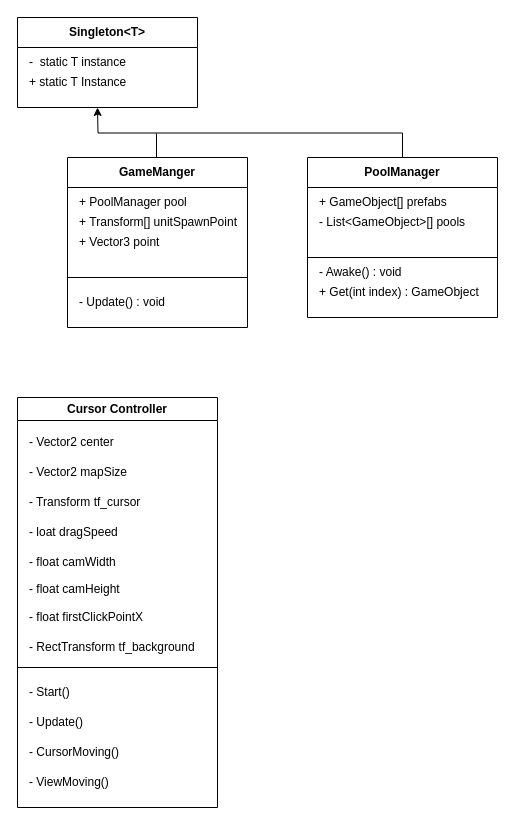
The draw.io diagram page "Managers" (3 of 3) of Project_CSD.drawio in YJU-Capstone-Design/Capstone-Design, before the edit. Source tidied: cells renumbered, new cells numbered last; positions are measured from the earlier drawing's top-left corner, leaving out a move shared by most shapes. Both pictures are drawn from the tidied source at 100%, with x=0, y=0 at pixel (17, 17).
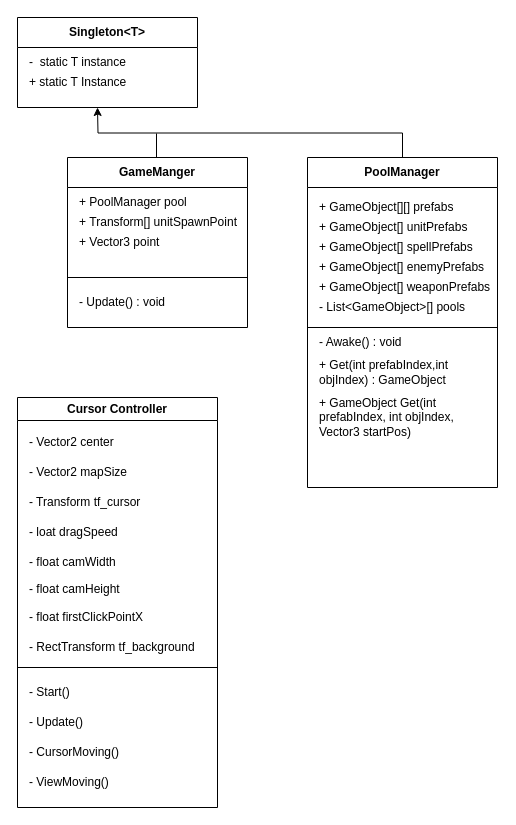
Above is the later version.

The edit, as a diff of the source:
```diff
@@
     <mxCell id="12" value="PoolManager" style="swimlane;whiteSpace=wrap;html=1;startSize=30;" parent="1" vertex="1">
-      <mxGeometry x="290" y="140" width="190" height="160" as="geometry" />
+      <mxGeometry x="290" y="140" width="190" height="330" as="geometry" />
     </mxCell>
-    <mxCell id="13" value="+&amp;nbsp;GameObject[] prefabs" style="text;html=1;align=left;verticalAlign=middle;whiteSpace=wrap;rounded=0;" parent="12" vertex="1">
-      <mxGeometry x="10" y="30" width="160" height="30" as="geometry" />
+    <mxCell id="13" value="+&amp;nbsp;GameObject[][] prefabs" style="text;html=1;align=left;verticalAlign=middle;whiteSpace=wrap;rounded=0;" parent="12" vertex="1">
+      <mxGeometry x="10" y="40" width="160" height="20" as="geometry" />
     </mxCell>
     <mxCell id="14" value="-&amp;nbsp;List&amp;lt;GameObject&amp;gt;[] pools" style="text;html=1;align=left;verticalAlign=middle;whiteSpace=wrap;rounded=0;" parent="12" vertex="1">
-      <mxGeometry x="10" y="50" width="160" height="30" as="geometry" />
+      <mxGeometry x="10" y="140" width="160" height="20" as="geometry" />
     </mxCell>
     <mxCell id="15" style="endArrow=none;html=1;rounded=0;exitX=0;exitY=0.75;exitDx=0;exitDy=0;" parent="12" edge="1">
       <mxGeometry relative="1" as="geometry">
-        <mxPoint y="100" as="sourcePoint" />
-        <mxPoint x="190" y="100" as="targetPoint" />
+        <mxPoint y="170" as="sourcePoint" />
+        <mxPoint x="190" y="170" as="targetPoint" />
       </mxGeometry>
     </mxCell>
-    <mxCell id="16" value="+ Get(int index) : GameObject&amp;nbsp;" style="text;html=1;align=left;verticalAlign=middle;whiteSpace=wrap;rounded=0;" parent="12" vertex="1">
-      <mxGeometry x="10" y="120" width="170" height="30" as="geometry" />
+    <mxCell id="16" value="+ Get(int prefabIndex,int objIndex) : GameObject&amp;nbsp;" style="text;html=1;align=left;verticalAlign=middle;whiteSpace=wrap;rounded=0;" parent="12" vertex="1">
+      <mxGeometry x="10" y="200" width="170" height="30" as="geometry" />
     </mxCell>
     <mxCell id="17" value="- Awake() : void" style="text;html=1;align=left;verticalAlign=middle;whiteSpace=wrap;rounded=0;" parent="12" vertex="1">
-      <mxGeometry x="10" y="100" width="170" height="30" as="geometry" />
+      <mxGeometry x="10" y="170" width="170" height="30" as="geometry" />
     </mxCell>
+    <mxCell id="33" value="+&amp;nbsp;GameObject[] unitPrefabs" style="text;html=1;align=left;verticalAlign=middle;whiteSpace=wrap;rounded=0;" parent="12" vertex="1">
+      <mxGeometry x="10" y="60" width="160" height="20" as="geometry" />
+    </mxCell>
+    <mxCell id="34" value="+&amp;nbsp;GameObject[] spellPrefabs" style="text;html=1;align=left;verticalAlign=middle;whiteSpace=wrap;rounded=0;" parent="12" vertex="1">
+      <mxGeometry x="10" y="80" width="160" height="20" as="geometry" />
+    </mxCell>
+    <mxCell id="35" value="+&amp;nbsp;GameObject[] enemyPrefabs" style="text;html=1;align=left;verticalAlign=middle;whiteSpace=wrap;rounded=0;" parent="12" vertex="1">
+      <mxGeometry x="10" y="100" width="170" height="20" as="geometry" />
+    </mxCell>
+    <mxCell id="36" value="+&amp;nbsp;GameObject[] weaponPrefabs" style="text;html=1;align=left;verticalAlign=middle;whiteSpace=wrap;rounded=0;" parent="12" vertex="1">
+      <mxGeometry x="10" y="120" width="180" height="20" as="geometry" />
+    </mxCell>
+    <mxCell id="37" value="+&amp;nbsp;GameObject Get(int prefabIndex, int objIndex, Vector3 startPos)" style="text;html=1;align=left;verticalAlign=middle;whiteSpace=wrap;rounded=0;" parent="12" vertex="1">
+      <mxGeometry x="10" y="240" width="180" height="40" as="geometry" />
+    </mxCell>
```
